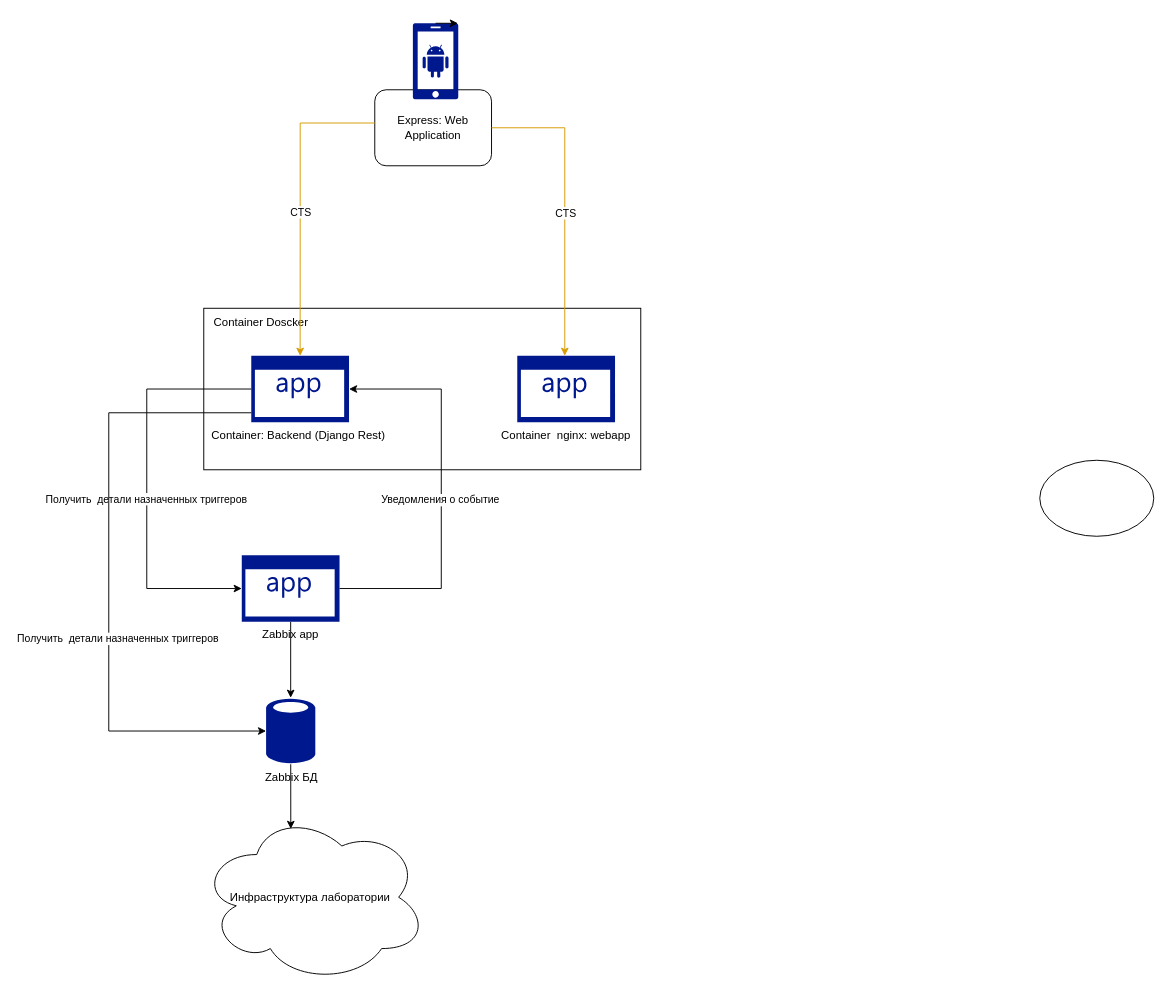
Earlier version of the draw.io diagram Диаграмма без названия.drawio (borisbbtest/smartapp). Source tidied: cells renumbered, new cells numbered last; positions are measured from the earlier drawing's top-left corner, leaving out a move shared by most shapes. Both pictures are drawn from the tidied source at 95%, with x=0, y=0 at pixel (108, 23).
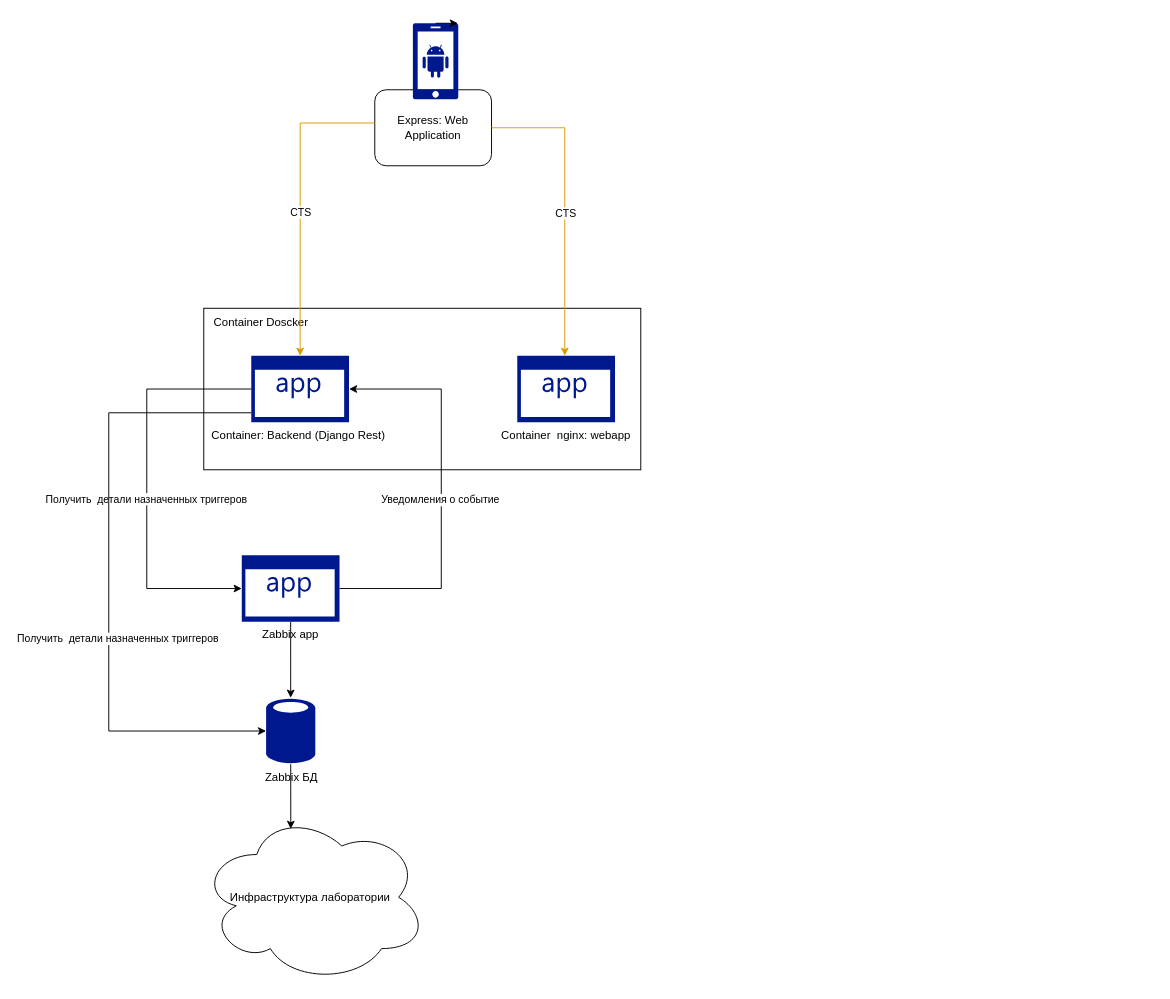
The same page after the edit.

The edit, as a diff of the source:
```diff
@@
-    <mxCell id="5" style="ellipse;whiteSpace=wrap;html=1;" parent="1" vertex="1">
-      <mxGeometry x="980" y="460" width="120" height="80" as="geometry" />
-    </mxCell>
```
